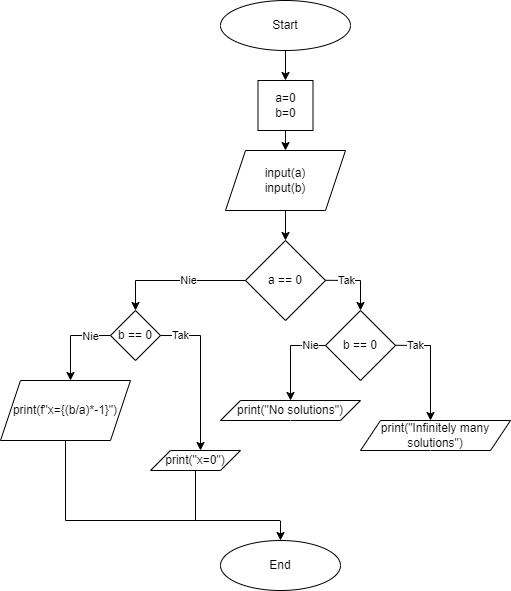
This is Labo1/Zadanie4.png from deathbot159/WSB-AiSD, a draw.io export, as it was before one commit. Source tidied: cells renumbered, new cells last; positions are measured from the earlier drawing's top-left corner, leaving out a move shared by most shapes. The source it was exported from:
```xml
<mxGraphModel>
  <root>
    <mxCell id="0" />
    <mxCell id="1" parent="0" />
    <mxCell id="2" style="edgeStyle=orthogonalEdgeStyle;rounded=0;jettySize=auto;html=1;exitX=0.5;exitY=1;exitDx=0;exitDy=0;entryX=0.5;entryY=0;entryDx=0;entryDy=0;" parent="1" edge="1" source="3" target="5">
      <mxGeometry relative="1" as="geometry" />
    </mxCell>
    <mxCell id="3" value="Start" style="ellipse;whiteSpace=wrap;html=1;rounded=0;glass=0;sketch=0;" parent="1" vertex="1">
      <mxGeometry x="220" width="130" height="50" as="geometry" />
    </mxCell>
    <mxCell id="4" style="edgeStyle=orthogonalEdgeStyle;rounded=0;jettySize=auto;html=1;exitX=0.5;exitY=1;exitDx=0;exitDy=0;entryX=0.5;entryY=0;entryDx=0;entryDy=0;" parent="1" edge="1" source="5" target="7">
      <mxGeometry relative="1" as="geometry" />
    </mxCell>
    <mxCell id="5" value="a=0&lt;br&gt;b=0" style="rounded=0;whiteSpace=wrap;html=1;glass=0;sketch=0;" parent="1" vertex="1">
      <mxGeometry x="257.5" y="80" width="55" height="50" as="geometry" />
    </mxCell>
    <mxCell id="6" style="edgeStyle=orthogonalEdgeStyle;rounded=0;jettySize=auto;html=1;" parent="1" edge="1" source="7" target="8">
      <mxGeometry relative="1" as="geometry" />
    </mxCell>
    <mxCell id="7" value="input(a)&lt;br&gt;input(b)" style="shape=parallelogram;perimeter=parallelogramPerimeter;whiteSpace=wrap;html=1;fixedSize=1;rounded=0;glass=0;sketch=0;" parent="1" vertex="1">
      <mxGeometry x="225" y="150" width="120" height="60" as="geometry" />
    </mxCell>
    <mxCell id="8" value="a == 0" style="rhombus;whiteSpace=wrap;html=1;rounded=0;glass=0;sketch=0;" parent="1" vertex="1">
      <mxGeometry x="245" y="240" width="80" height="80" as="geometry" />
    </mxCell>
    <mxCell id="9" style="endArrow=classic;html=1;rounded=0;" parent="1" edge="1">
      <mxGeometry relative="1" as="geometry">
        <mxPoint x="325" y="279.8" as="sourcePoint" />
        <mxPoint x="360" y="310" as="targetPoint" />
        <Array as="points">
          <mxPoint x="360" y="280" />
        </Array>
      </mxGeometry>
    </mxCell>
    <mxCell id="10" value="Tak" style="edgeLabel;html=1;align=center;verticalAlign=middle;rounded=0;glass=0;sketch=0;" parent="9" vertex="1">
      <mxGeometry relative="1" as="geometry">
        <mxPoint x="-12" as="offset" />
      </mxGeometry>
    </mxCell>
    <mxCell id="11" value="b == 0" style="rhombus;whiteSpace=wrap;html=1;rounded=0;glass=0;sketch=0;" parent="1" vertex="1">
      <mxGeometry x="325" y="310" width="70" height="70" as="geometry" />
    </mxCell>
    <mxCell id="12" style="endArrow=classic;html=1;rounded=0;" parent="1" edge="1">
      <mxGeometry relative="1" as="geometry">
        <mxPoint x="395" y="344.8" as="sourcePoint" />
        <mxPoint x="430" y="420" as="targetPoint" />
        <Array as="points">
          <mxPoint x="420" y="345" />
          <mxPoint x="430" y="345" />
        </Array>
      </mxGeometry>
    </mxCell>
    <mxCell id="13" value="Tak" style="edgeLabel;html=1;align=center;verticalAlign=middle;rounded=0;glass=0;sketch=0;" parent="12" vertex="1">
      <mxGeometry relative="1" as="geometry">
        <mxPoint x="-15" y="-20" as="offset" />
      </mxGeometry>
    </mxCell>
    <mxCell id="14" value="print(&quot;Infinitely many solutions&quot;)" style="shape=parallelogram;perimeter=parallelogramPerimeter;whiteSpace=wrap;html=1;fixedSize=1;" parent="1" vertex="1">
      <mxGeometry x="360" y="420" width="150" height="30" as="geometry" />
    </mxCell>
    <mxCell id="15" style="endArrow=classic;html=1;rounded=0;exitX=0;exitY=0.5;exitDx=0;exitDy=0;" parent="1" edge="1" source="11">
      <mxGeometry relative="1" as="geometry">
        <mxPoint x="290" y="400" as="targetPoint" />
        <Array as="points">
          <mxPoint x="300" y="345" />
          <mxPoint x="290" y="345" />
        </Array>
      </mxGeometry>
    </mxCell>
    <mxCell id="16" value="Nie" style="edgeLabel;html=1;align=center;verticalAlign=middle;" parent="15" vertex="1">
      <mxGeometry relative="1" as="geometry">
        <mxPoint x="20" y="-10" as="offset" />
      </mxGeometry>
    </mxCell>
    <mxCell id="17" value="print(&quot;No solutions&quot;)" style="shape=parallelogram;perimeter=parallelogramPerimeter;whiteSpace=wrap;html=1;fixedSize=1;" parent="1" vertex="1">
      <mxGeometry x="220" y="400" width="140" height="20" as="geometry" />
    </mxCell>
    <mxCell id="18" style="endArrow=classic;html=1;rounded=0;exitX=0;exitY=0.5;exitDx=0;exitDy=0;entryX=0.5;entryY=0;entryDx=0;entryDy=0;" parent="1" edge="1" source="8" target="20">
      <mxGeometry relative="1" as="geometry">
        <Array as="points">
          <mxPoint x="135" y="280" />
        </Array>
      </mxGeometry>
    </mxCell>
    <mxCell id="19" value="Nie" style="edgeLabel;html=1;align=center;verticalAlign=middle;" parent="18" vertex="1">
      <mxGeometry relative="1" as="geometry">
        <mxPoint x="13" as="offset" />
      </mxGeometry>
    </mxCell>
    <mxCell id="20" value="b == 0" style="rhombus;whiteSpace=wrap;html=1;" parent="1" vertex="1">
      <mxGeometry x="110" y="310" width="50" height="50" as="geometry" />
    </mxCell>
    <mxCell id="21" style="endArrow=classic;html=1;rounded=0;exitX=0;exitY=0.5;exitDx=0;exitDy=0;" parent="1" edge="1" source="20">
      <mxGeometry relative="1" as="geometry">
        <mxPoint x="70" y="380" as="targetPoint" />
        <Array as="points">
          <mxPoint x="70" y="335" />
        </Array>
      </mxGeometry>
    </mxCell>
    <mxCell id="22" value="Nie&lt;br&gt;" style="edgeLabel;html=1;align=center;verticalAlign=middle;" parent="21" vertex="1">
      <mxGeometry relative="1" as="geometry">
        <mxPoint x="20" y="-2" as="offset" />
      </mxGeometry>
    </mxCell>
    <mxCell id="23" style="endArrow=classic;html=1;rounded=0;exitX=1;exitY=0.5;exitDx=0;exitDy=0;" parent="1" edge="1" source="20">
      <mxGeometry relative="1" as="geometry">
        <mxPoint x="200" y="450" as="targetPoint" />
        <Array as="points">
          <mxPoint x="200" y="335" />
        </Array>
      </mxGeometry>
    </mxCell>
    <mxCell id="24" value="Tak" style="edgeLabel;html=1;align=center;verticalAlign=middle;" parent="23" vertex="1">
      <mxGeometry relative="1" as="geometry">
        <mxPoint x="-20" y="-38" as="offset" />
      </mxGeometry>
    </mxCell>
    <mxCell id="25" style="edgeStyle=orthogonalEdgeStyle;rounded=0;jettySize=auto;html=1;exitX=0.5;exitY=1;exitDx=0;exitDy=0;endArrow=none;endFill=0;" parent="1" edge="1" source="26">
      <mxGeometry relative="1" as="geometry">
        <mxPoint x="195" y="520" as="targetPoint" />
      </mxGeometry>
    </mxCell>
    <mxCell id="26" value="print(&quot;x=0&quot;)" style="shape=parallelogram;perimeter=parallelogramPerimeter;whiteSpace=wrap;html=1;fixedSize=1;" parent="1" vertex="1">
      <mxGeometry x="150" y="450" width="90" height="20" as="geometry" />
    </mxCell>
    <mxCell id="27" value="print(f&quot;x={(b/a)*-1}&quot;)" style="shape=parallelogram;perimeter=parallelogramPerimeter;whiteSpace=wrap;html=1;fixedSize=1;" parent="1" vertex="1">
      <mxGeometry y="380" width="130" height="60" as="geometry" />
    </mxCell>
    <mxCell id="28" value="End" style="ellipse;whiteSpace=wrap;html=1;" parent="1" vertex="1">
      <mxGeometry x="220" y="540" width="120" height="50" as="geometry" />
    </mxCell>
    <mxCell id="29" style="endArrow=classic;html=1;rounded=0;entryX=0.5;entryY=0;entryDx=0;entryDy=0;exitX=0.5;exitY=1;exitDx=0;exitDy=0;" parent="1" edge="1" source="27" target="28">
      <mxGeometry relative="1" as="geometry">
        <Array as="points">
          <mxPoint x="65" y="520" />
          <mxPoint x="280" y="520" />
        </Array>
      </mxGeometry>
    </mxCell>
    <mxCell id="30" style="endArrow=none;html=1;rounded=0;strokeColor=default;endFill=0;" parent="1" edge="1">
      <mxGeometry relative="1" as="geometry">
        <mxPoint x="430" y="450" as="sourcePoint" />
        <mxPoint x="280" y="520" as="targetPoint" />
        <Array as="points">
          <mxPoint x="430" y="520" />
        </Array>
      </mxGeometry>
    </mxCell>
    <mxCell id="31" style="endArrow=none;html=1;rounded=0;strokeColor=default;entryX=0.5;entryY=1;entryDx=0;entryDy=0;" parent="1" edge="1" target="17">
      <mxGeometry relative="1" as="geometry">
        <mxPoint x="290" y="520" as="sourcePoint" />
      </mxGeometry>
    </mxCell>
  </root>
</mxGraphModel>
```
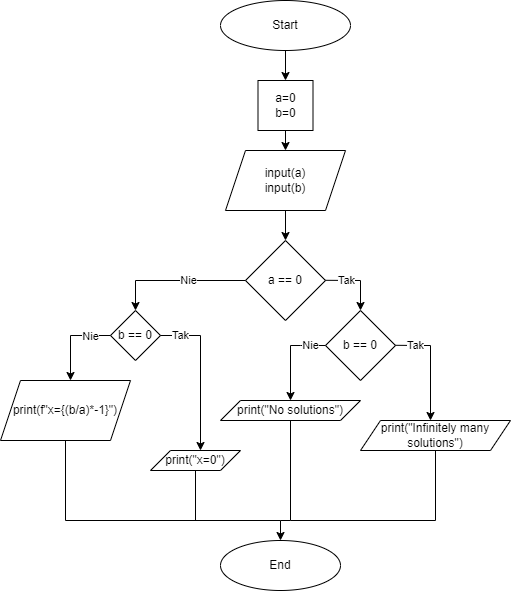
Later version of the same file.

Commit message:
🛠️ Fixed diagram lines color

What changed in the source:
```diff
@@ -138,19 +138,21 @@
         </Array>
       </mxGeometry>
     </mxCell>
-    <mxCell id="30" style="endArrow=none;html=1;rounded=0;strokeColor=default;endFill=0;" parent="1" edge="1">
-      <mxGeometry relative="1" as="geometry">
-        <mxPoint x="430" y="450" as="sourcePoint" />
-        <mxPoint x="280" y="520" as="targetPoint" />
-        <Array as="points">
-          <mxPoint x="430" y="520" />
-        </Array>
-      </mxGeometry>
-    </mxCell>
-    <mxCell id="31" style="endArrow=none;html=1;rounded=0;strokeColor=default;entryX=0.5;entryY=1;entryDx=0;entryDy=0;" parent="1" edge="1" target="17">
+    <mxCell id="31" style="endArrow=none;html=1;rounded=0;exitX=0.5;exitY=1;exitDx=0;exitDy=0;endFill=0;" parent="1" edge="1" source="17">
       <mxGeometry relative="1" as="geometry">
-        <mxPoint x="290" y="520" as="sourcePoint" />
+        <mxPoint x="280" y="520" as="targetPoint" />
+        <Array as="points">
+          <mxPoint x="290" y="520" />
+        </Array>
       </mxGeometry>
     </mxCell>
+    <mxCell id="32" style="endArrow=none;html=1;rounded=0;exitX=0.5;exitY=1;exitDx=0;exitDy=0;endFill=0;" parent="1" edge="1" source="14">
+      <mxGeometry relative="1" as="geometry">
+        <mxPoint x="290" y="520" as="targetPoint" />
+        <Array as="points">
+          <mxPoint x="435" y="520" />
+        </Array>
+      </mxGeometry>
+    </mxCell>
   </root>
 </mxGraphModel>
```
